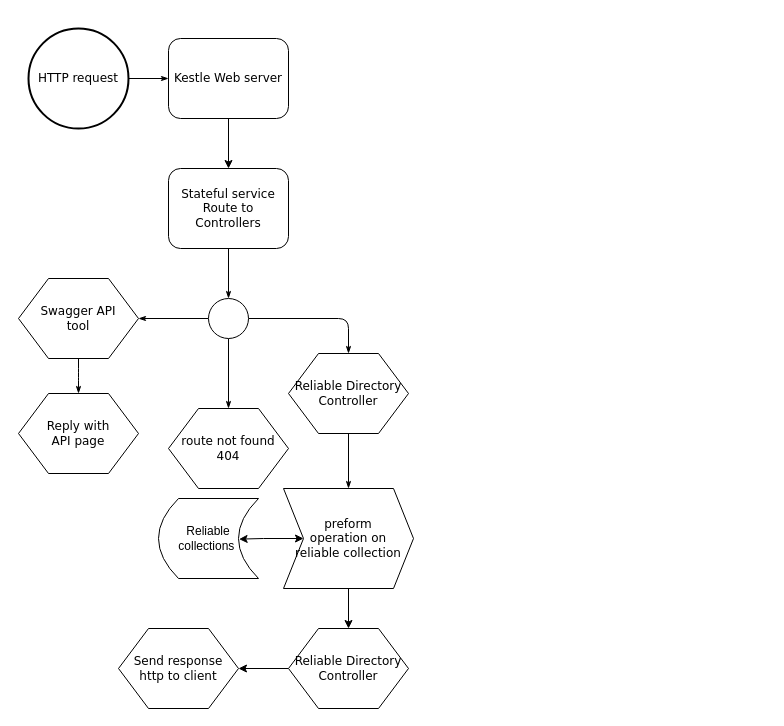
Earlier version of the draw.io diagram Report/figs/Draw.io/Design_Stateful_service_1.drawio (Doommius/Master_Thesis_Service_Fabric_Jepsen). Source tidied: cells renumbered, new cells numbered last; positions are measured from the earlier drawing's top-left corner, leaving out a move shared by most shapes. Both pictures are drawn from the tidied source at 100%, with x=0, y=0 at pixel (18, 28).
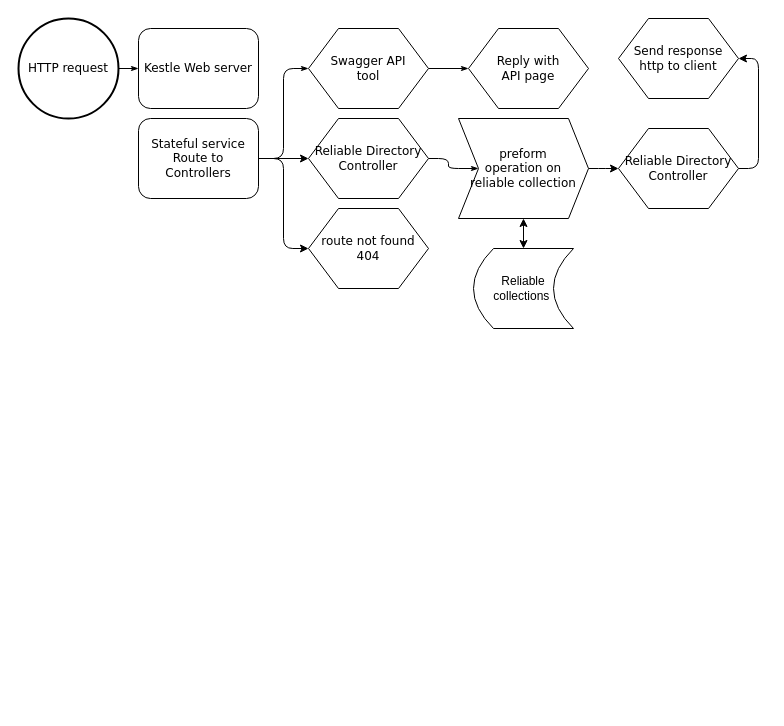
The same diagram, later.

The edit, as a diff of the source:
```diff
@@
-    <mxCell id="3" style="edgeStyle=orthogonalEdgeStyle;rounded=1;html=1;labelBackgroundColor=none;startArrow=none;startFill=0;startSize=5;endArrow=classicThin;endFill=1;endSize=5;jettySize=auto;strokeWidth=1;fontFamily=Verdana;fontSize=8;exitX=0.5;exitY=1;exitDx=0;exitDy=0;" parent="1" edge="1" source="16" target="9">
-      <mxGeometry relative="1" as="geometry" />
-    </mxCell>
-    <mxCell id="4" style="edgeStyle=orthogonalEdgeStyle;rounded=0;jettySize=auto;html=1;" parent="1" edge="1" source="5" target="16">
-      <mxGeometry relative="1" as="geometry" />
-    </mxCell>
     <mxCell id="5" value="Kestle Web server" style="rounded=1;whiteSpace=wrap;html=1;shadow=0;labelBackgroundColor=none;strokeWidth=1;fontFamily=Verdana;fontSize=12;align=center;" parent="1" vertex="1">
-      <mxGeometry x="150" y="10" width="120" height="80" as="geometry" />
+      <mxGeometry x="120" width="120" height="80" as="geometry" />
     </mxCell>
-    <mxCell id="6" style="edgeStyle=orthogonalEdgeStyle;rounded=1;html=1;labelBackgroundColor=none;startArrow=none;startFill=0;startSize=5;endArrow=classicThin;endFill=1;endSize=5;jettySize=auto;strokeWidth=1;fontFamily=Verdana;fontSize=8;" parent="1" edge="1" source="9" target="13">
-      <mxGeometry relative="1" as="geometry" />
-    </mxCell>
-    <mxCell id="7" style="edgeStyle=orthogonalEdgeStyle;rounded=1;html=1;labelBackgroundColor=none;startArrow=none;startFill=0;startSize=5;endArrow=classicThin;endFill=1;endSize=5;jettySize=auto;strokeWidth=1;fontFamily=Verdana;fontSize=8;" parent="1" edge="1" source="9" target="11">
+    <mxCell id="7" style="edgeStyle=orthogonalEdgeStyle;rounded=1;html=1;labelBackgroundColor=none;startArrow=none;startFill=0;startSize=5;endArrow=classicThin;endFill=1;endSize=5;jettySize=auto;strokeWidth=1;fontFamily=Verdana;fontSize=8;exitX=1;exitY=0.5;exitDx=0;exitDy=0;entryX=0;entryY=0.5;entryDx=0;entryDy=0;" parent="1" edge="1" source="16" target="11">
       <mxGeometry relative="1" as="geometry" />
     </mxCell>
-    <mxCell id="8" style="edgeStyle=orthogonalEdgeStyle;rounded=1;html=1;labelBackgroundColor=none;startArrow=none;startFill=0;startSize=5;endArrow=classicThin;endFill=1;endSize=5;jettySize=auto;strokeWidth=1;fontFamily=Verdana;fontSize=12;entryX=0.5;entryY=0;entryDx=0;entryDy=0;" parent="1" edge="1" source="9" target="15">
-      <mxGeometry relative="1" as="geometry" />
-    </mxCell>
-    <mxCell id="9" style="ellipse;whiteSpace=wrap;html=1;rounded=1;shadow=0;labelBackgroundColor=none;strokeWidth=1;fontFamily=Verdana;fontSize=12;align=center;" parent="1" vertex="1">
-      <mxGeometry x="190" y="270" width="40" height="40" as="geometry" />
-    </mxCell>
-    <mxCell id="10" style="edgeStyle=orthogonalEdgeStyle;rounded=1;html=1;labelBackgroundColor=none;startArrow=none;startFill=0;startSize=5;endArrow=classicThin;endFill=1;endSize=5;jettySize=auto;strokeWidth=1;fontFamily=Verdana;fontSize=8;entryX=0.5;entryY=0;entryDx=0;entryDy=0;" parent="1" edge="1" source="11" target="17">
+    <mxCell id="10" style="edgeStyle=orthogonalEdgeStyle;rounded=1;html=1;labelBackgroundColor=none;startArrow=none;startFill=0;startSize=5;endArrow=classicThin;endFill=1;endSize=5;jettySize=auto;strokeWidth=1;fontFamily=Verdana;fontSize=8;entryX=0;entryY=0.5;entryDx=0;entryDy=0;" parent="1" edge="1" source="11" target="17">
       <mxGeometry relative="1" as="geometry" />
     </mxCell>
     <mxCell id="11" value="Swagger API&lt;br&gt;tool" style="shape=hexagon;perimeter=hexagonPerimeter;whiteSpace=wrap;html=1;rounded=0;shadow=0;labelBackgroundColor=none;strokeWidth=1;fontFamily=Verdana;fontSize=12;align=center;" parent="1" vertex="1">
-      <mxGeometry y="250" width="120" height="80" as="geometry" />
+      <mxGeometry x="290" width="120" height="80" as="geometry" />
     </mxCell>
-    <mxCell id="12" style="edgeStyle=orthogonalEdgeStyle;rounded=1;html=1;labelBackgroundColor=none;startArrow=none;startFill=0;startSize=5;endArrow=classicThin;endFill=1;endSize=5;jettySize=auto;strokeWidth=1;fontFamily=Verdana;fontSize=8;entryX=0.5;entryY=0;entryDx=0;entryDy=0;" parent="1" edge="1" source="13" target="23">
+    <mxCell id="12" style="edgeStyle=orthogonalEdgeStyle;rounded=1;html=1;labelBackgroundColor=none;startArrow=none;startFill=0;startSize=5;endArrow=classicThin;endFill=1;endSize=5;jettySize=auto;strokeWidth=1;fontFamily=Verdana;fontSize=8;entryX=0;entryY=0.5;entryDx=0;entryDy=0;" parent="1" edge="1" source="13" target="23">
       <mxGeometry relative="1" as="geometry" />
     </mxCell>
     <mxCell id="13" value="Reliable Directory&lt;br&gt;Controller" style="shape=hexagon;perimeter=hexagonPerimeter;whiteSpace=wrap;html=1;rounded=0;shadow=0;labelBackgroundColor=none;strokeWidth=1;fontFamily=Verdana;fontSize=12;align=center;" parent="1" vertex="1">
-      <mxGeometry x="270" y="325" width="120" height="80" as="geometry" />
+      <mxGeometry x="290" y="90" width="120" height="80" as="geometry" />
     </mxCell>
-    <mxCell id="14" style="edgeStyle=orthogonalEdgeStyle;rounded=0;jettySize=auto;html=1;entryX=0.5;entryY=0;entryDx=0;entryDy=0;exitX=0.5;exitY=1;exitDx=0;exitDy=0;" parent="1" edge="1" source="23" target="19">
-      <mxGeometry relative="1" as="geometry" />
-    </mxCell>
     <mxCell id="15" value="route not found&lt;br&gt;404" style="shape=hexagon;perimeter=hexagonPerimeter;whiteSpace=wrap;html=1;rounded=0;shadow=0;labelBackgroundColor=none;strokeWidth=1;fontFamily=Verdana;fontSize=12;align=center;" parent="1" vertex="1">
-      <mxGeometry x="150" y="380" width="120" height="80" as="geometry" />
+      <mxGeometry x="290" y="180" width="120" height="80" as="geometry" />
     </mxCell>
+    <mxCell id="25" style="edgeStyle=orthogonalEdgeStyle;rounded=1;jettySize=auto;html=1;entryX=0;entryY=0.5;entryDx=0;entryDy=0;startArrow=none;startFill=0;" parent="1" edge="1" source="16" target="13">
+      <mxGeometry relative="1" as="geometry" />
+    </mxCell>
+    <mxCell id="26" style="edgeStyle=orthogonalEdgeStyle;rounded=1;jettySize=auto;html=1;entryX=0;entryY=0.5;entryDx=0;entryDy=0;startArrow=none;startFill=0;" parent="1" edge="1" source="16" target="15">
+      <mxGeometry relative="1" as="geometry" />
+    </mxCell>
     <mxCell id="16" value="Stateful service&lt;br&gt;Route to Controllers" style="rounded=1;whiteSpace=wrap;html=1;shadow=0;labelBackgroundColor=none;strokeWidth=1;fontFamily=Verdana;fontSize=12;align=center;" parent="1" vertex="1">
-      <mxGeometry x="150" y="140" width="120" height="80" as="geometry" />
+      <mxGeometry x="120" y="90" width="120" height="80" as="geometry" />
     </mxCell>
     <mxCell id="17" value="Reply with&lt;br&gt;API page" style="shape=hexagon;perimeter=hexagonPerimeter;whiteSpace=wrap;html=1;rounded=0;shadow=0;labelBackgroundColor=none;strokeWidth=1;fontFamily=Verdana;fontSize=12;align=center;" parent="1" vertex="1">
-      <mxGeometry y="365" width="120" height="80" as="geometry" />
+      <mxGeometry x="450" width="120" height="80" as="geometry" />
     </mxCell>
-    <mxCell id="18" style="edgeStyle=orthogonalEdgeStyle;rounded=0;jettySize=auto;html=1;entryX=1;entryY=0.5;entryDx=0;entryDy=0;startArrow=none;startFill=0;" parent="1" edge="1" source="19" target="20">
+    <mxCell id="18" style="edgeStyle=orthogonalEdgeStyle;rounded=1;jettySize=auto;html=1;exitX=1;exitY=0.5;exitDx=0;exitDy=0;entryX=1;entryY=0.5;entryDx=0;entryDy=0;startArrow=none;startFill=0;" parent="1" edge="1" source="19" target="20">
       <mxGeometry relative="1" as="geometry" />
     </mxCell>
     <mxCell id="19" value="Reliable Directory&lt;br&gt;Controller" style="shape=hexagon;perimeter=hexagonPerimeter;whiteSpace=wrap;html=1;rounded=0;shadow=0;labelBackgroundColor=none;strokeWidth=1;fontFamily=Verdana;fontSize=12;align=center;" parent="1" vertex="1">
-      <mxGeometry x="270" y="600" width="120" height="80" as="geometry" />
+      <mxGeometry x="600" y="100" width="120" height="80" as="geometry" />
     </mxCell>
     <mxCell id="20" value="Send response&lt;br&gt;http to client" style="shape=hexagon;perimeter=hexagonPerimeter;whiteSpace=wrap;html=1;rounded=0;shadow=0;labelBackgroundColor=none;strokeWidth=1;fontFamily=Verdana;fontSize=12;align=center;" parent="1" vertex="1">
-      <mxGeometry x="100" y="600" width="120" height="80" as="geometry" />
+      <mxGeometry x="600" y="-10" width="120" height="80" as="geometry" />
     </mxCell>
     <mxCell id="21" value="&lt;span style=&quot;font-family: &amp;#34;verdana&amp;#34;&quot;&gt;HTTP request&lt;/span&gt;" style="strokeWidth=2;html=1;shape=mxgraph.flowchart.start_2;whiteSpace=wrap;" parent="1" vertex="1">
-      <mxGeometry x="10" width="100" height="100" as="geometry" />
+      <mxGeometry y="-10" width="100" height="100" as="geometry" />
     </mxCell>
-    <mxCell id="22" style="edgeStyle=orthogonalEdgeStyle;rounded=0;jettySize=auto;html=1;entryX=0.806;entryY=0.508;entryDx=0;entryDy=0;startArrow=classic;startFill=1;entryPerimeter=0;" parent="1" edge="1" source="23" target="24">
+    <mxCell id="22" style="edgeStyle=orthogonalEdgeStyle;rounded=0;jettySize=auto;html=1;entryX=0.5;entryY=0;entryDx=0;entryDy=0;startArrow=classic;startFill=1;" parent="1" edge="1" source="23" target="24">
       <mxGeometry relative="1" as="geometry" />
     </mxCell>
+    <mxCell id="14" style="edgeStyle=orthogonalEdgeStyle;rounded=1;jettySize=auto;html=1;entryX=0;entryY=0.5;entryDx=0;entryDy=0;startArrow=none;startFill=0;" parent="1" edge="1" source="23" target="19">
+      <mxGeometry relative="1" as="geometry" />
+    </mxCell>
     <mxCell id="23" value="&lt;font face=&quot;verdana&quot;&gt;preform &lt;br&gt;operation on &lt;br&gt;reliable collection&lt;/font&gt;" style="shape=step;perimeter=stepPerimeter;whiteSpace=wrap;html=1;fixedSize=1;" parent="1" vertex="1">
-      <mxGeometry x="265" y="460" width="130" height="100" as="geometry" />
+      <mxGeometry x="440" y="90" width="130" height="100" as="geometry" />
     </mxCell>
     <mxCell id="24" value="Reliable collections&amp;nbsp;" style="shape=dataStorage;whiteSpace=wrap;html=1;fixedSize=1;" parent="1" vertex="1">
-      <mxGeometry x="140" y="470" width="100" height="80" as="geometry" />
+      <mxGeometry x="455" y="220" width="100" height="80" as="geometry" />
     </mxCell>
```
